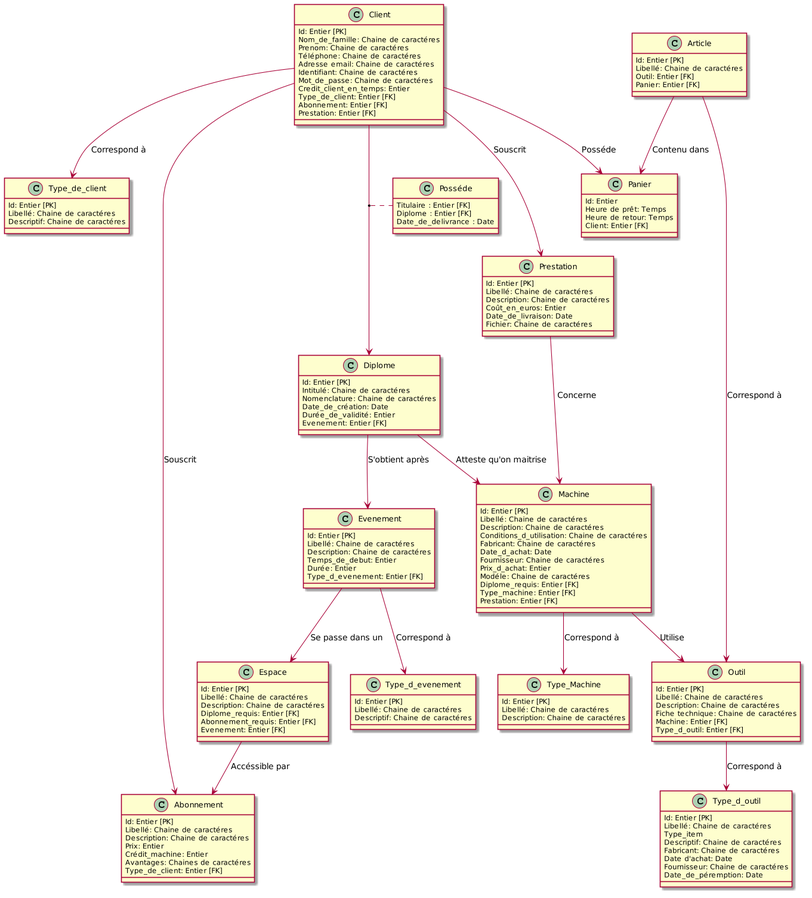
Above: configuration_de_la_base_de_donnees/schéma_BDD.png in Vicken-Ghoubiguian/ANOVFabmanager (PlantUML), before the change.
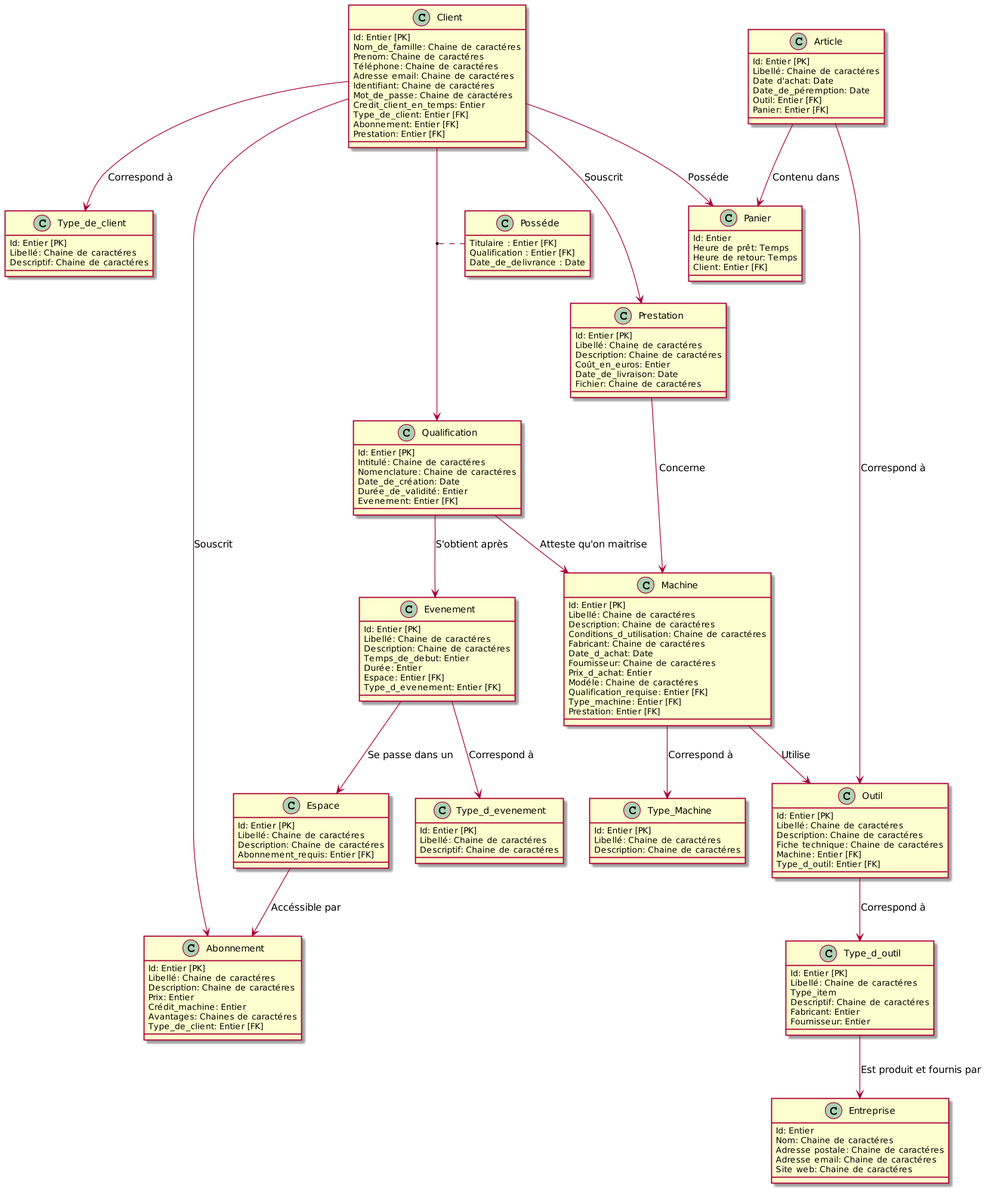
After the change.

Commit message:
Mise à jour de schéma_BDD.png

The edit, as a diff of the source:
```diff
@@ -1,5 +1,5 @@
 @startuml
-scale 1500*1500
+scale 2000*2000
 
 class Client {
     Id: Entier [PK]
@@ -21,7 +21,7 @@
     Descriptif: Chaine de caractéres
 }
 
-class Diplome {
+class Qualification {
     Id: Entier [PK]
     Intitulé: Chaine de caractéres
     Nomenclature: Chaine de caractéres
@@ -36,6 +36,7 @@
     Description: Chaine de caractéres
     Temps_de_debut: Entier
     Durée: Entier
+    Espace: Entier [FK]
     Type_d_evenement: Entier [FK]
 }
 
@@ -64,7 +65,7 @@
     Fournisseur: Chaine de caractéres
     Prix_d_achat: Entier
     Modéle: Chaine de caractéres
-    Diplome_requis: Entier [FK]
+    Qualification_requise: Entier [FK]
     Type_machine: Entier [FK]
     Prestation: Entier [FK]
 }
@@ -75,15 +76,21 @@
     Description: Chaine de caractéres
 }
 
+class Entreprise {
+    Id: Entier
+    Nom: Chaine de caractéres
+    Adresse postale: Chaine de caractéres
+    Adresse email: Chaine de caractéres
+    Site web: Chaine de caractéres
+}
+
 Class Type_d_outil {
     Id: Entier [PK]
     Libellé: Chaine de caractéres
     Type_item
     Descriptif: Chaine de caractéres
-    Fabricant: Chaine de caractéres
-    Date d'achat: Date
-    Fournisseur: Chaine de caractéres
-    Date_de_péremption: Date
+    Fabricant: Entier
+    Fournisseur: Entier
 }
 
 class Abonnement {
@@ -100,9 +107,7 @@
     Id: Entier [PK]
     Libellé: Chaine de caractéres
     Description: Chaine de caractéres
-    Diplome_requis: Entier [FK]
     Abonnement_requis: Entier [FK]
-    Evenement: Entier [FK]
 }
 
 Class Outil {
@@ -117,6 +122,8 @@
 Class Article {
     Id: Entier [PK]
     Libellé: Chaine de caractéres
+    Date d'achat: Date
+    Date_de_péremption: Date
     Outil: Entier [FK]
     Panier: Entier [FK]
 }
@@ -130,21 +137,21 @@
 
 class Posséde {
     Titulaire : Entier [FK]
-    Diplome : Entier [FK]
+    Qualification : Entier [FK]
     Date_de_delivrance : Date
 }
 
-Client --> Diplome
-(Client, Diplome) .. Posséde
+Client --> Qualification
+(Client, Qualification) .. Posséde
 
 Machine --> Type_Machine : Correspond à
 Client --> Type_de_client : Correspond à
 Client --> Prestation : Souscrit
 Prestation --> Machine : Concerne
-Diplome --> Evenement : S'obtient après
+Qualification --> Evenement : S'obtient après
 Evenement --> Type_d_evenement : Correspond à
 Evenement --> Espace : Se passe dans un
-Diplome --> Machine : Atteste qu'on maitrise
+Qualification --> Machine : Atteste qu'on maitrise
 Machine --> Outil : Utilise
 Espace --> Abonnement : Accéssible par
 Client --> Abonnement : Souscrit
@@ -152,4 +159,5 @@
 Outil --> Type_d_outil : Correspond à
 Article --> Panier : Contenu dans
 Client --> Panier : Posséde
+Type_d_outil --> Entreprise : Est produit et fournis par
 @enduml
```
